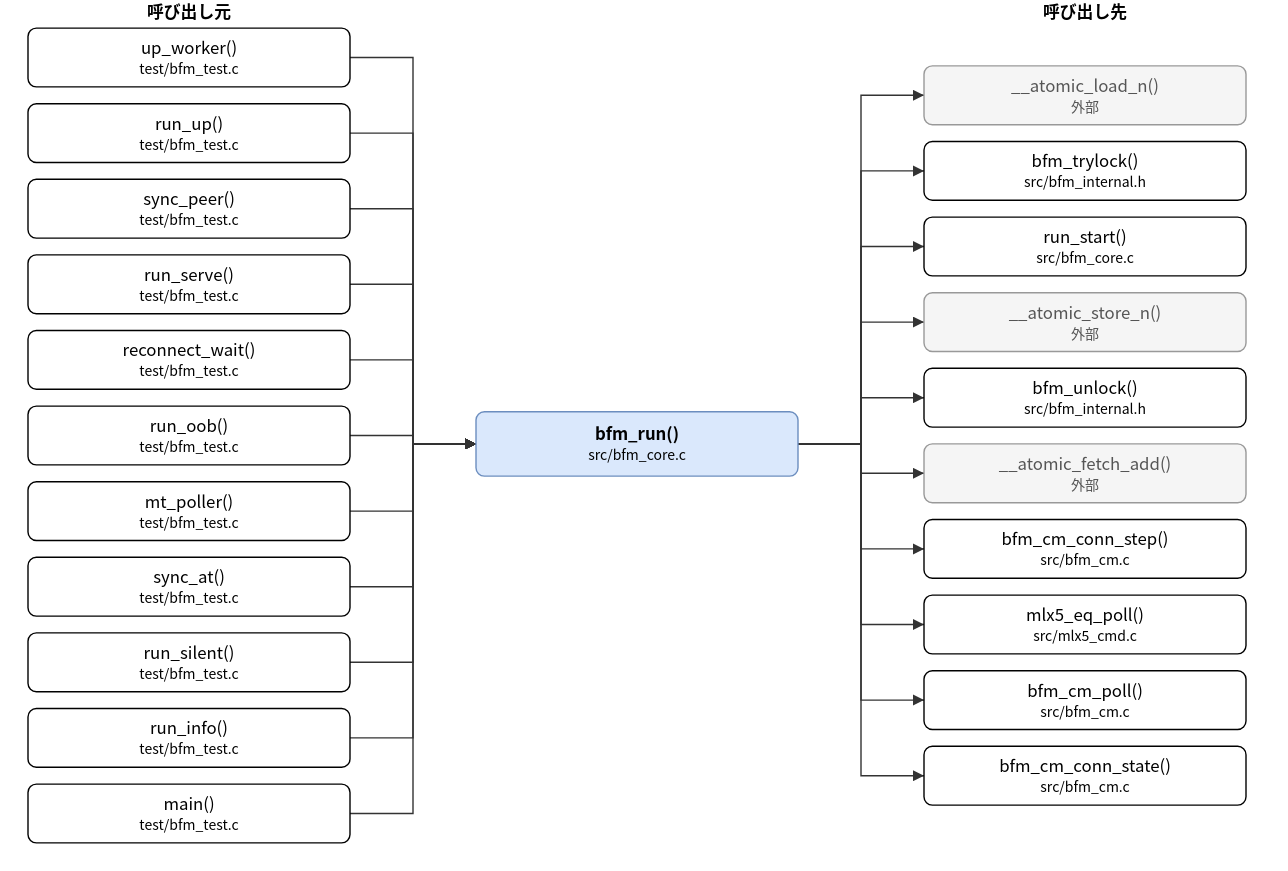
Above: doc/spec/images/call_src_bfm_core-bfm_run.drawio.svg in hf355051012-ai/bfmem (draw.io), before the change. Source tidied: cells renumbered, new cells last; positions are measured from the earlier drawing's top-left corner, leaving out a move shared by most shapes.
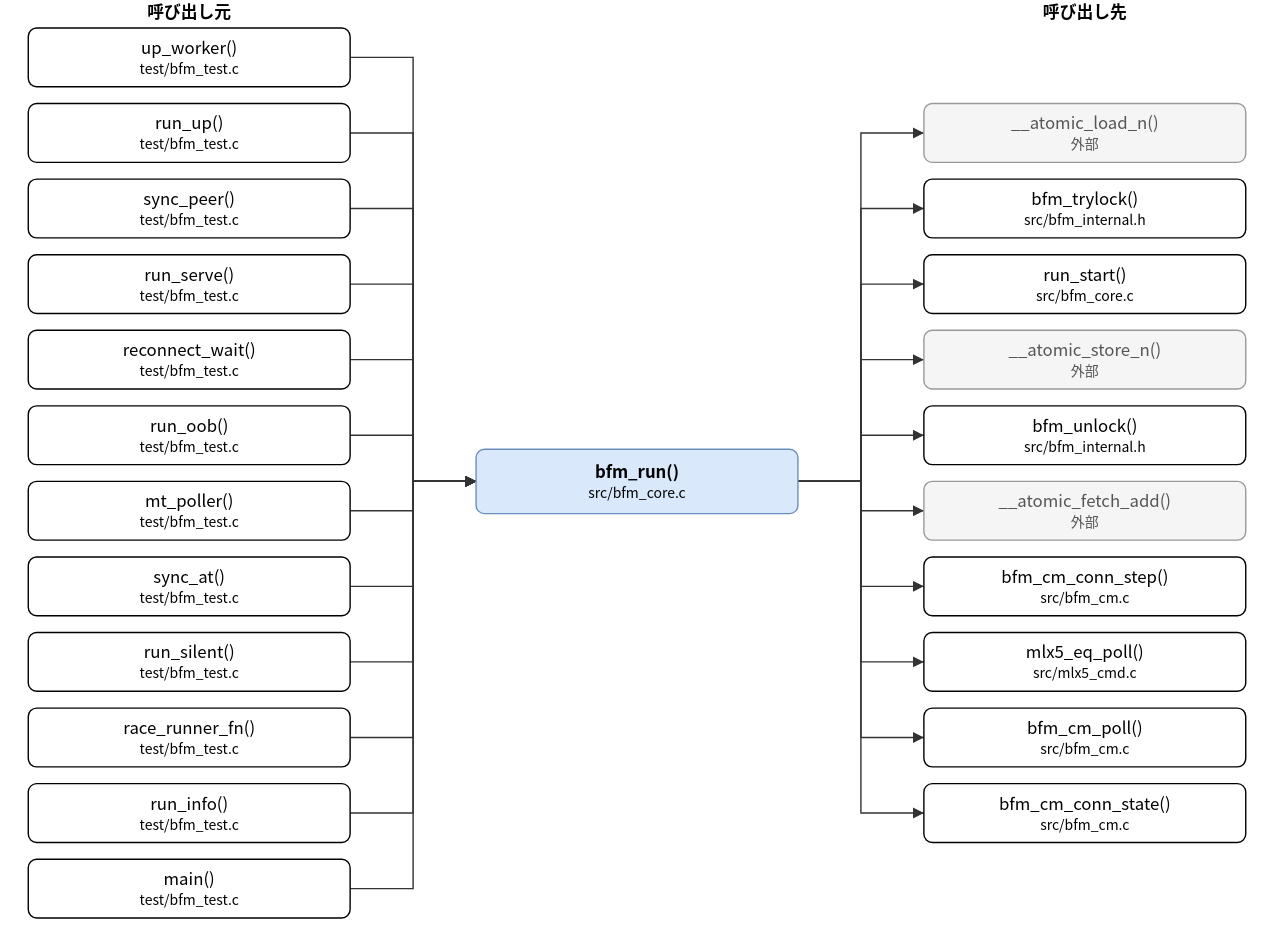
After the commit.

Change to the diagram source:
```diff
@@ -3,7 +3,7 @@
     <mxCell id="0" />
     <mxCell id="1" parent="0" />
     <mxCell id="2" value="bfm_run()&lt;br&gt;&lt;font style=&quot;font-size:10px&quot;&gt;src/bfm_core.c&lt;/font&gt;" style="rounded=1;whiteSpace=wrap;html=1;fillColor=#dae8fc;strokeColor=#6c8ebf;fontStyle=1;" parent="1" vertex="1">
-      <mxGeometry x="320" y="294" width="230" height="46" as="geometry" />
+      <mxGeometry x="320" y="321" width="230" height="46" as="geometry" />
     </mxCell>
     <mxCell id="3" value="up_worker()&lt;br&gt;&lt;font style=&quot;font-size:10px&quot;&gt;test/bfm_test.c&lt;/font&gt;" style="rounded=1;whiteSpace=wrap;html=1;" parent="1" vertex="1">
       <mxGeometry y="20" width="230" height="42" as="geometry" />
@@ -32,47 +32,50 @@
     <mxCell id="11" value="run_silent()&lt;br&gt;&lt;font style=&quot;font-size:10px&quot;&gt;test/bfm_test.c&lt;/font&gt;" style="rounded=1;whiteSpace=wrap;html=1;" parent="1" vertex="1">
       <mxGeometry y="452" width="230" height="42" as="geometry" />
     </mxCell>
-    <mxCell id="12" value="run_info()&lt;br&gt;&lt;font style=&quot;font-size:10px&quot;&gt;test/bfm_test.c&lt;/font&gt;" style="rounded=1;whiteSpace=wrap;html=1;" parent="1" vertex="1">
+    <mxCell id="12" value="race_runner_fn()&lt;br&gt;&lt;font style=&quot;font-size:10px&quot;&gt;test/bfm_test.c&lt;/font&gt;" style="rounded=1;whiteSpace=wrap;html=1;" parent="1" vertex="1">
       <mxGeometry y="506" width="230" height="42" as="geometry" />
     </mxCell>
-    <mxCell id="13" value="main()&lt;br&gt;&lt;font style=&quot;font-size:10px&quot;&gt;test/bfm_test.c&lt;/font&gt;" style="rounded=1;whiteSpace=wrap;html=1;" parent="1" vertex="1">
+    <mxCell id="13" value="run_info()&lt;br&gt;&lt;font style=&quot;font-size:10px&quot;&gt;test/bfm_test.c&lt;/font&gt;" style="rounded=1;whiteSpace=wrap;html=1;" parent="1" vertex="1">
       <mxGeometry y="560" width="230" height="42" as="geometry" />
     </mxCell>
+    <mxCell id="47" value="main()&lt;br&gt;&lt;font style=&quot;font-size:10px&quot;&gt;test/bfm_test.c&lt;/font&gt;" style="rounded=1;whiteSpace=wrap;html=1;" parent="1" vertex="1">
+      <mxGeometry y="614" width="230" height="42" as="geometry" />
+    </mxCell>
     <mxCell id="14" value="__atomic_load_n()&lt;br&gt;&lt;font style=&quot;font-size:10px&quot;&gt;外部&lt;/font&gt;" style="rounded=1;whiteSpace=wrap;html=1;fillColor=#f5f5f5;strokeColor=#999999;fontColor=#555555;" parent="1" vertex="1">
-      <mxGeometry x="640" y="47" width="230" height="42" as="geometry" />
+      <mxGeometry x="640" y="74" width="230" height="42" as="geometry" />
     </mxCell>
     <mxCell id="15" value="bfm_trylock()&lt;br&gt;&lt;font style=&quot;font-size:10px&quot;&gt;src/bfm_internal.h&lt;/font&gt;" style="rounded=1;whiteSpace=wrap;html=1;" parent="1" vertex="1">
-      <mxGeometry x="640" y="101" width="230" height="42" as="geometry" />
+      <mxGeometry x="640" y="128" width="230" height="42" as="geometry" />
     </mxCell>
     <mxCell id="16" value="run_start()&lt;br&gt;&lt;font style=&quot;font-size:10px&quot;&gt;src/bfm_core.c&lt;/font&gt;" style="rounded=1;whiteSpace=wrap;html=1;" parent="1" vertex="1">
-      <mxGeometry x="640" y="155" width="230" height="42" as="geometry" />
+      <mxGeometry x="640" y="182" width="230" height="42" as="geometry" />
     </mxCell>
     <mxCell id="17" value="__atomic_store_n()&lt;br&gt;&lt;font style=&quot;font-size:10px&quot;&gt;外部&lt;/font&gt;" style="rounded=1;whiteSpace=wrap;html=1;fillColor=#f5f5f5;strokeColor=#999999;fontColor=#555555;" parent="1" vertex="1">
-      <mxGeometry x="640" y="209" width="230" height="42" as="geometry" />
+      <mxGeometry x="640" y="236" width="230" height="42" as="geometry" />
     </mxCell>
     <mxCell id="18" value="bfm_unlock()&lt;br&gt;&lt;font style=&quot;font-size:10px&quot;&gt;src/bfm_internal.h&lt;/font&gt;" style="rounded=1;whiteSpace=wrap;html=1;" parent="1" vertex="1">
-      <mxGeometry x="640" y="263" width="230" height="42" as="geometry" />
+      <mxGeometry x="640" y="290" width="230" height="42" as="geometry" />
     </mxCell>
     <mxCell id="19" value="__atomic_fetch_add()&lt;br&gt;&lt;font style=&quot;font-size:10px&quot;&gt;外部&lt;/font&gt;" style="rounded=1;whiteSpace=wrap;html=1;fillColor=#f5f5f5;strokeColor=#999999;fontColor=#555555;" parent="1" vertex="1">
-      <mxGeometry x="640" y="317" width="230" height="42" as="geometry" />
+      <mxGeometry x="640" y="344" width="230" height="42" as="geometry" />
     </mxCell>
     <mxCell id="20" value="bfm_cm_conn_step()&lt;br&gt;&lt;font style=&quot;font-size:10px&quot;&gt;src/bfm_cm.c&lt;/font&gt;" style="rounded=1;whiteSpace=wrap;html=1;" parent="1" vertex="1">
-      <mxGeometry x="640" y="371" width="230" height="42" as="geometry" />
+      <mxGeometry x="640" y="398" width="230" height="42" as="geometry" />
     </mxCell>
     <mxCell id="21" value="mlx5_eq_poll()&lt;br&gt;&lt;font style=&quot;font-size:10px&quot;&gt;src/mlx5_cmd.c&lt;/font&gt;" style="rounded=1;whiteSpace=wrap;html=1;" parent="1" vertex="1">
-      <mxGeometry x="640" y="425" width="230" height="42" as="geometry" />
+      <mxGeometry x="640" y="452" width="230" height="42" as="geometry" />
     </mxCell>
     <mxCell id="22" value="bfm_cm_poll()&lt;br&gt;&lt;font style=&quot;font-size:10px&quot;&gt;src/bfm_cm.c&lt;/font&gt;" style="rounded=1;whiteSpace=wrap;html=1;" parent="1" vertex="1">
-      <mxGeometry x="640" y="479" width="230" height="42" as="geometry" />
+      <mxGeometry x="640" y="506" width="230" height="42" as="geometry" />
     </mxCell>
     <mxCell id="23" value="bfm_cm_conn_state()&lt;br&gt;&lt;font style=&quot;font-size:10px&quot;&gt;src/bfm_cm.c&lt;/font&gt;" style="rounded=1;whiteSpace=wrap;html=1;" parent="1" vertex="1">
-      <mxGeometry x="640" y="533" width="230" height="42" as="geometry" />
+      <mxGeometry x="640" y="560" width="230" height="42" as="geometry" />
     </mxCell>
     <mxCell id="24" style="edgeStyle=none;html=1;rounded=0;endArrow=block;endFill=1;exitX=1.0000;exitY=0.5000;exitDx=0;exitDy=0;exitPerimeter=0;entryX=0.0000;entryY=0.5000;entryDx=0;entryDy=0;entryPerimeter=0;" parent="1" edge="1" source="3" target="2">
       <mxGeometry relative="1" as="geometry">
         <Array as="points">
           <mxPoint x="275" y="41" />
-          <mxPoint x="275" y="317" />
+          <mxPoint x="275" y="344" />
         </Array>
       </mxGeometry>
     </mxCell>
@@ -80,7 +83,7 @@
       <mxGeometry relative="1" as="geometry">
         <Array as="points">
           <mxPoint x="275" y="95" />
-          <mxPoint x="275" y="317" />
+          <mxPoint x="275" y="344" />
         </Array>
       </mxGeometry>
     </mxCell>
@@ -88,7 +91,7 @@
       <mxGeometry relative="1" as="geometry">
         <Array as="points">
           <mxPoint x="275" y="149" />
-          <mxPoint x="275" y="317" />
+          <mxPoint x="275" y="344" />
         </Array>
       </mxGeometry>
     </mxCell>
@@ -96,7 +99,7 @@
       <mxGeometry relative="1" as="geometry">
         <Array as="points">
           <mxPoint x="275" y="203" />
-          <mxPoint x="275" y="317" />
+          <mxPoint x="275" y="344" />
         </Array>
       </mxGeometry>
     </mxCell>
@@ -104,7 +107,7 @@
       <mxGeometry relative="1" as="geometry">
         <Array as="points">
           <mxPoint x="275" y="257" />
-          <mxPoint x="275" y="317" />
+          <mxPoint x="275" y="344" />
         </Array>
       </mxGeometry>
     </mxCell>
@@ -112,7 +115,7 @@
       <mxGeometry relative="1" as="geometry">
         <Array as="points">
           <mxPoint x="275" y="311" />
-          <mxPoint x="275" y="317" />
+          <mxPoint x="275" y="344" />
         </Array>
       </mxGeometry>
     </mxCell>
@@ -120,7 +123,7 @@
       <mxGeometry relative="1" as="geometry">
         <Array as="points">
           <mxPoint x="275" y="365" />
-          <mxPoint x="275" y="317" />
+          <mxPoint x="275" y="344" />
         </Array>
       </mxGeometry>
     </mxCell>
@@ -128,7 +131,7 @@
       <mxGeometry relative="1" as="geometry">
         <Array as="points">
           <mxPoint x="275" y="419" />
-          <mxPoint x="275" y="317" />
+          <mxPoint x="275" y="344" />
         </Array>
       </mxGeometry>
     </mxCell>
@@ -136,7 +139,7 @@
       <mxGeometry relative="1" as="geometry">
         <Array as="points">
           <mxPoint x="275" y="473" />
-          <mxPoint x="275" y="317" />
+          <mxPoint x="275" y="344" />
         </Array>
       </mxGeometry>
     </mxCell>
@@ -144,7 +147,7 @@
       <mxGeometry relative="1" as="geometry">
         <Array as="points">
           <mxPoint x="275" y="527" />
-          <mxPoint x="275" y="317" />
+          <mxPoint x="275" y="344" />
         </Array>
       </mxGeometry>
     </mxCell>
@@ -152,90 +155,98 @@
       <mxGeometry relative="1" as="geometry">
         <Array as="points">
           <mxPoint x="275" y="581" />
-          <mxPoint x="275" y="317" />
+          <mxPoint x="275" y="344" />
         </Array>
       </mxGeometry>
     </mxCell>
-    <mxCell id="35" style="edgeStyle=none;html=1;rounded=0;endArrow=block;endFill=1;exitX=1.0000;exitY=0.5000;exitDx=0;exitDy=0;exitPerimeter=0;entryX=0.0000;entryY=0.5000;entryDx=0;entryDy=0;entryPerimeter=0;" parent="1" edge="1" source="2" target="14">
+    <mxCell id="35" style="edgeStyle=none;html=1;rounded=0;endArrow=block;endFill=1;exitX=1.0000;exitY=0.5000;exitDx=0;exitDy=0;exitPerimeter=0;entryX=0.0000;entryY=0.5000;entryDx=0;entryDy=0;entryPerimeter=0;" parent="1" edge="1" source="47" target="2">
       <mxGeometry relative="1" as="geometry">
         <Array as="points">
-          <mxPoint x="595" y="317" />
-          <mxPoint x="595" y="68" />
+          <mxPoint x="275" y="635" />
+          <mxPoint x="275" y="344" />
         </Array>
       </mxGeometry>
     </mxCell>
-    <mxCell id="36" style="edgeStyle=none;html=1;rounded=0;endArrow=block;endFill=1;exitX=1.0000;exitY=0.5000;exitDx=0;exitDy=0;exitPerimeter=0;entryX=0.0000;entryY=0.5000;entryDx=0;entryDy=0;entryPerimeter=0;" parent="1" edge="1" source="2" target="15">
+    <mxCell id="36" style="edgeStyle=none;html=1;rounded=0;endArrow=block;endFill=1;exitX=1.0000;exitY=0.5000;exitDx=0;exitDy=0;exitPerimeter=0;entryX=0.0000;entryY=0.5000;entryDx=0;entryDy=0;entryPerimeter=0;" parent="1" edge="1" source="2" target="14">
       <mxGeometry relative="1" as="geometry">
         <Array as="points">
-          <mxPoint x="595" y="317" />
-          <mxPoint x="595" y="122" />
+          <mxPoint x="595" y="344" />
+          <mxPoint x="595" y="95" />
         </Array>
       </mxGeometry>
     </mxCell>
-    <mxCell id="37" style="edgeStyle=none;html=1;rounded=0;endArrow=block;endFill=1;exitX=1.0000;exitY=0.5000;exitDx=0;exitDy=0;exitPerimeter=0;entryX=0.0000;entryY=0.5000;entryDx=0;entryDy=0;entryPerimeter=0;" parent="1" edge="1" source="2" target="16">
+    <mxCell id="37" style="edgeStyle=none;html=1;rounded=0;endArrow=block;endFill=1;exitX=1.0000;exitY=0.5000;exitDx=0;exitDy=0;exitPerimeter=0;entryX=0.0000;entryY=0.5000;entryDx=0;entryDy=0;entryPerimeter=0;" parent="1" edge="1" source="2" target="15">
       <mxGeometry relative="1" as="geometry">
         <Array as="points">
-          <mxPoint x="595" y="317" />
-          <mxPoint x="595" y="176" />
+          <mxPoint x="595" y="344" />
+          <mxPoint x="595" y="149" />
         </Array>
       </mxGeometry>
     </mxCell>
-    <mxCell id="38" style="edgeStyle=none;html=1;rounded=0;endArrow=block;endFill=1;exitX=1.0000;exitY=0.5000;exitDx=0;exitDy=0;exitPerimeter=0;entryX=0.0000;entryY=0.5000;entryDx=0;entryDy=0;entryPerimeter=0;" parent="1" edge="1" source="2" target="17">
+    <mxCell id="38" style="edgeStyle=none;html=1;rounded=0;endArrow=block;endFill=1;exitX=1.0000;exitY=0.5000;exitDx=0;exitDy=0;exitPerimeter=0;entryX=0.0000;entryY=0.5000;entryDx=0;entryDy=0;entryPerimeter=0;" parent="1" edge="1" source="2" target="16">
       <mxGeometry relative="1" as="geometry">
         <Array as="points">
-          <mxPoint x="595" y="317" />
-          <mxPoint x="595" y="230" />
+          <mxPoint x="595" y="344" />
+          <mxPoint x="595" y="203" />
         </Array>
       </mxGeometry>
     </mxCell>
-    <mxCell id="39" style="edgeStyle=none;html=1;rounded=0;endArrow=block;endFill=1;exitX=1.0000;exitY=0.5000;exitDx=0;exitDy=0;exitPerimeter=0;entryX=0.0000;entryY=0.5000;entryDx=0;entryDy=0;entryPerimeter=0;" parent="1" edge="1" source="2" target="18">
+    <mxCell id="39" style="edgeStyle=none;html=1;rounded=0;endArrow=block;endFill=1;exitX=1.0000;exitY=0.5000;exitDx=0;exitDy=0;exitPerimeter=0;entryX=0.0000;entryY=0.5000;entryDx=0;entryDy=0;entryPerimeter=0;" parent="1" edge="1" source="2" target="17">
       <mxGeometry relative="1" as="geometry">
         <Array as="points">
-          <mxPoint x="595" y="317" />
-          <mxPoint x="595" y="284" />
+          <mxPoint x="595" y="344" />
+          <mxPoint x="595" y="257" />
         </Array>
       </mxGeometry>
     </mxCell>
-    <mxCell id="40" style="edgeStyle=none;html=1;rounded=0;endArrow=block;endFill=1;exitX=1.0000;exitY=0.5000;exitDx=0;exitDy=0;exitPerimeter=0;entryX=0.0000;entryY=0.5000;entryDx=0;entryDy=0;entryPerimeter=0;" parent="1" edge="1" source="2" target="19">
+    <mxCell id="40" style="edgeStyle=none;html=1;rounded=0;endArrow=block;endFill=1;exitX=1.0000;exitY=0.5000;exitDx=0;exitDy=0;exitPerimeter=0;entryX=0.0000;entryY=0.5000;entryDx=0;entryDy=0;entryPerimeter=0;" parent="1" edge="1" source="2" target="18">
       <mxGeometry relative="1" as="geometry">
         <Array as="points">
-          <mxPoint x="595" y="317" />
-          <mxPoint x="595" y="338" />
+          <mxPoint x="595" y="344" />
+          <mxPoint x="595" y="311" />
         </Array>
       </mxGeometry>
     </mxCell>
-    <mxCell id="41" style="edgeStyle=none;html=1;rounded=0;endArrow=block;endFill=1;exitX=1.0000;exitY=0.5000;exitDx=0;exitDy=0;exitPerimeter=0;entryX=0.0000;entryY=0.5000;entryDx=0;entryDy=0;entryPerimeter=0;" parent="1" edge="1" source="2" target="20">
+    <mxCell id="41" style="edgeStyle=none;html=1;rounded=0;endArrow=block;endFill=1;exitX=1.0000;exitY=0.5000;exitDx=0;exitDy=0;exitPerimeter=0;entryX=0.0000;entryY=0.5000;entryDx=0;entryDy=0;entryPerimeter=0;" parent="1" edge="1" source="2" target="19">
       <mxGeometry relative="1" as="geometry">
         <Array as="points">
-          <mxPoint x="595" y="317" />
-          <mxPoint x="595" y="392" />
+          <mxPoint x="595" y="344" />
+          <mxPoint x="595" y="365" />
         </Array>
       </mxGeometry>
     </mxCell>
-    <mxCell id="42" style="edgeStyle=none;html=1;rounded=0;endArrow=block;endFill=1;exitX=1.0000;exitY=0.5000;exitDx=0;exitDy=0;exitPerimeter=0;entryX=0.0000;entryY=0.5000;entryDx=0;entryDy=0;entryPerimeter=0;" parent="1" edge="1" source="2" target="21">
+    <mxCell id="42" style="edgeStyle=none;html=1;rounded=0;endArrow=block;endFill=1;exitX=1.0000;exitY=0.5000;exitDx=0;exitDy=0;exitPerimeter=0;entryX=0.0000;entryY=0.5000;entryDx=0;entryDy=0;entryPerimeter=0;" parent="1" edge="1" source="2" target="20">
       <mxGeometry relative="1" as="geometry">
         <Array as="points">
-          <mxPoint x="595" y="317" />
-          <mxPoint x="595" y="446" />
+          <mxPoint x="595" y="344" />
+          <mxPoint x="595" y="419" />
         </Array>
       </mxGeometry>
     </mxCell>
-    <mxCell id="43" style="edgeStyle=none;html=1;rounded=0;endArrow=block;endFill=1;exitX=1.0000;exitY=0.5000;exitDx=0;exitDy=0;exitPerimeter=0;entryX=0.0000;entryY=0.5000;entryDx=0;entryDy=0;entryPerimeter=0;" parent="1" edge="1" source="2" target="22">
+    <mxCell id="43" style="edgeStyle=none;html=1;rounded=0;endArrow=block;endFill=1;exitX=1.0000;exitY=0.5000;exitDx=0;exitDy=0;exitPerimeter=0;entryX=0.0000;entryY=0.5000;entryDx=0;entryDy=0;entryPerimeter=0;" parent="1" edge="1" source="2" target="21">
       <mxGeometry relative="1" as="geometry">
         <Array as="points">
-          <mxPoint x="595" y="317" />
-          <mxPoint x="595" y="500" />
+          <mxPoint x="595" y="344" />
+          <mxPoint x="595" y="473" />
         </Array>
       </mxGeometry>
     </mxCell>
-    <mxCell id="44" style="edgeStyle=none;html=1;rounded=0;endArrow=block;endFill=1;exitX=1.0000;exitY=0.5000;exitDx=0;exitDy=0;exitPerimeter=0;entryX=0.0000;entryY=0.5000;entryDx=0;entryDy=0;entryPerimeter=0;" parent="1" edge="1" source="2" target="23">
+    <mxCell id="44" style="edgeStyle=none;html=1;rounded=0;endArrow=block;endFill=1;exitX=1.0000;exitY=0.5000;exitDx=0;exitDy=0;exitPerimeter=0;entryX=0.0000;entryY=0.5000;entryDx=0;entryDy=0;entryPerimeter=0;" parent="1" edge="1" source="2" target="22">
       <mxGeometry relative="1" as="geometry">
         <Array as="points">
-          <mxPoint x="595" y="317" />
-          <mxPoint x="595" y="554" />
+          <mxPoint x="595" y="344" />
+          <mxPoint x="595" y="527" />
         </Array>
       </mxGeometry>
     </mxCell>
+    <mxCell id="48" style="edgeStyle=none;html=1;rounded=0;endArrow=block;endFill=1;exitX=1.0000;exitY=0.5000;exitDx=0;exitDy=0;exitPerimeter=0;entryX=0.0000;entryY=0.5000;entryDx=0;entryDy=0;entryPerimeter=0;" parent="1" edge="1" source="2" target="23">
+      <mxGeometry relative="1" as="geometry">
+        <Array as="points">
+          <mxPoint x="595" y="344" />
+          <mxPoint x="595" y="581" />
+        </Array>
+      </mxGeometry>
+    </mxCell>
     <mxCell id="45" value="呼び出し元" style="text;html=1;align=center;fontStyle=1;" parent="1" vertex="1">
       <mxGeometry x="35" width="160" height="18" as="geometry" />
     </mxCell>
```
